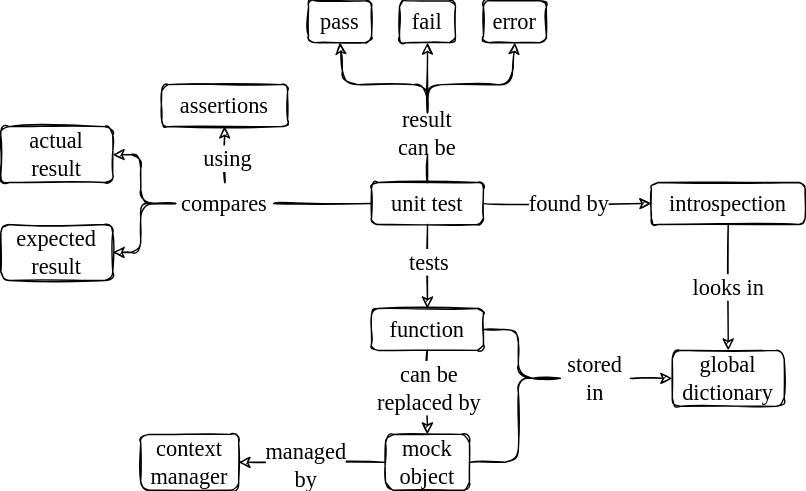
Before: en/src/tester/tester_concept_map.svg, a diagram exported from draw.io (gvwilson/sdxpy). Source tidied: cells renumbered, new cells last; positions are measured from the earlier drawing's top-left corner, leaving out a move shared by most shapes.
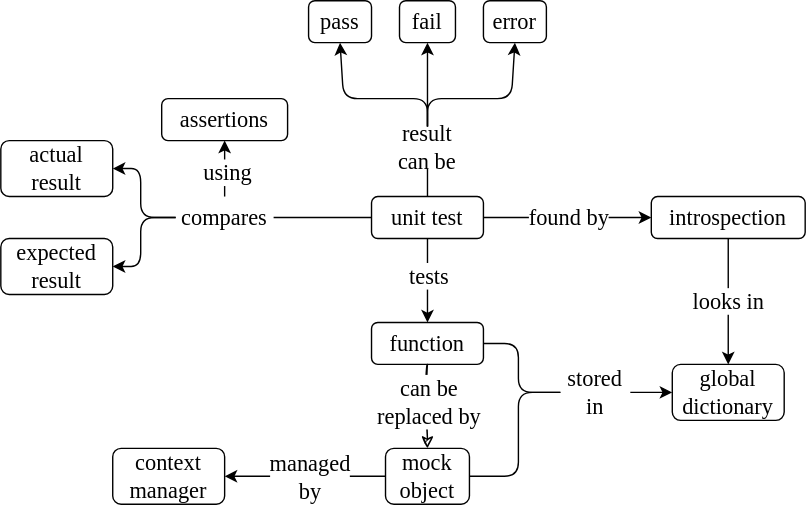
Above is the later version.

Commit message:
Fixing diagrams for tester chapter

Diff of the diagram source:
```diff
@@ -2,37 +2,37 @@
   <root>
     <mxCell id="0" />
     <mxCell id="1" parent="0" />
-    <mxCell id="2" value="&lt;font style=&quot;font-size: 16px;&quot;&gt;unit test&lt;/font&gt;" style="rounded=1;whiteSpace=wrap;html=1;sketch=1;hachureGap=4;fontFamily=Comic Sans MS;fontSize=16;fillColor=none;" parent="1" vertex="1">
+    <mxCell id="2" value="&lt;font style=&quot;font-size: 16px;&quot;&gt;unit test&lt;/font&gt;" style="rounded=1;whiteSpace=wrap;html=1;hachureGap=4;fontFamily=Verdana;fontSize=16;fillColor=none;" parent="1" vertex="1">
       <mxGeometry x="265" y="130" width="80" height="30" as="geometry" />
     </mxCell>
-    <mxCell id="3" value="&lt;font style=&quot;font-size: 16px;&quot;&gt;pass&lt;/font&gt;" style="rounded=1;whiteSpace=wrap;html=1;sketch=1;hachureGap=4;fontFamily=Comic Sans MS;fontSize=16;fillColor=none;" parent="1" vertex="1">
-      <mxGeometry x="220" width="45" height="30" as="geometry" />
+    <mxCell id="3" value="&lt;font style=&quot;font-size: 16px;&quot;&gt;pass&lt;/font&gt;" style="rounded=1;whiteSpace=wrap;html=1;hachureGap=4;fontFamily=Verdana;fontSize=16;fillColor=none;" parent="1" vertex="1">
+      <mxGeometry x="220" y="-10" width="45" height="30" as="geometry" />
     </mxCell>
-    <mxCell id="4" value="&lt;font style=&quot;font-size: 16px;&quot;&gt;fail&lt;/font&gt;" style="rounded=1;whiteSpace=wrap;html=1;sketch=1;hachureGap=4;fontFamily=Comic Sans MS;fontSize=16;fillColor=none;" parent="1" vertex="1">
-      <mxGeometry x="285" width="40" height="30" as="geometry" />
+    <mxCell id="4" value="&lt;font style=&quot;font-size: 16px;&quot;&gt;fail&lt;/font&gt;" style="rounded=1;whiteSpace=wrap;html=1;hachureGap=4;fontFamily=Verdana;fontSize=16;fillColor=none;" parent="1" vertex="1">
+      <mxGeometry x="285" y="-10" width="40" height="30" as="geometry" />
     </mxCell>
-    <mxCell id="5" value="&lt;font style=&quot;font-size: 16px;&quot;&gt;error&lt;/font&gt;" style="rounded=1;whiteSpace=wrap;html=1;sketch=1;hachureGap=4;fontFamily=Comic Sans MS;fontSize=16;fillColor=none;" parent="1" vertex="1">
-      <mxGeometry x="345" width="45" height="30" as="geometry" />
+    <mxCell id="5" value="&lt;font style=&quot;font-size: 16px;&quot;&gt;error&lt;/font&gt;" style="rounded=1;whiteSpace=wrap;html=1;hachureGap=4;fontFamily=Verdana;fontSize=16;fillColor=none;" parent="1" vertex="1">
+      <mxGeometry x="345" y="-10" width="45" height="30" as="geometry" />
     </mxCell>
-    <mxCell id="6" value="&lt;font style=&quot;font-size: 16px; line-height: 1;&quot;&gt;actual&lt;br style=&quot;font-size: 16px;&quot;&gt;result&lt;br style=&quot;font-size: 16px;&quot;&gt;&lt;/font&gt;" style="rounded=1;whiteSpace=wrap;html=1;sketch=1;hachureGap=4;fontFamily=Comic Sans MS;fontSize=16;fillColor=none;" parent="1" vertex="1">
+    <mxCell id="6" value="&lt;font style=&quot;font-size: 16px; line-height: 1;&quot;&gt;actual&lt;br style=&quot;font-size: 16px;&quot;&gt;result&lt;br style=&quot;font-size: 16px;&quot;&gt;&lt;/font&gt;" style="rounded=1;whiteSpace=wrap;html=1;hachureGap=4;fontFamily=Verdana;fontSize=16;fillColor=none;" parent="1" vertex="1">
       <mxGeometry y="90" width="80" height="40" as="geometry" />
     </mxCell>
-    <mxCell id="7" value="&lt;font style=&quot;font-size: 16px; line-height: 1;&quot;&gt;expected&lt;br style=&quot;font-size: 16px;&quot;&gt;result&lt;br style=&quot;font-size: 16px;&quot;&gt;&lt;/font&gt;" style="rounded=1;whiteSpace=wrap;html=1;sketch=1;hachureGap=4;fontFamily=Comic Sans MS;fontSize=16;fillColor=none;" parent="1" vertex="1">
+    <mxCell id="7" value="&lt;font style=&quot;font-size: 16px; line-height: 1;&quot;&gt;expected&lt;br style=&quot;font-size: 16px;&quot;&gt;result&lt;br style=&quot;font-size: 16px;&quot;&gt;&lt;/font&gt;" style="rounded=1;whiteSpace=wrap;html=1;hachureGap=4;fontFamily=Verdana;fontSize=16;fillColor=none;" parent="1" vertex="1">
       <mxGeometry y="160" width="80" height="40" as="geometry" />
     </mxCell>
-    <mxCell id="8" value="&lt;font style=&quot;font-size: 16px; line-height: 1;&quot;&gt;introspection&lt;br style=&quot;font-size: 16px;&quot;&gt;&lt;/font&gt;" style="rounded=1;whiteSpace=wrap;html=1;sketch=1;hachureGap=4;fontFamily=Comic Sans MS;fontSize=16;fillColor=none;" parent="1" vertex="1">
+    <mxCell id="8" value="&lt;font style=&quot;font-size: 16px; line-height: 1;&quot;&gt;introspection&lt;br style=&quot;font-size: 16px;&quot;&gt;&lt;/font&gt;" style="rounded=1;whiteSpace=wrap;html=1;hachureGap=4;fontFamily=Verdana;fontSize=16;fillColor=none;" parent="1" vertex="1">
       <mxGeometry x="465" y="130" width="110" height="30" as="geometry" />
     </mxCell>
-    <mxCell id="9" value="&lt;font style=&quot;font-size: 16px; line-height: 1;&quot;&gt;mock object&lt;br style=&quot;font-size: 16px;&quot;&gt;&lt;/font&gt;" style="rounded=1;whiteSpace=wrap;html=1;sketch=1;hachureGap=4;fontFamily=Comic Sans MS;fontSize=16;fillColor=none;" parent="1" vertex="1">
+    <mxCell id="9" value="&lt;font style=&quot;font-size: 16px; line-height: 1;&quot;&gt;mock object&lt;br style=&quot;font-size: 16px;&quot;&gt;&lt;/font&gt;" style="rounded=1;whiteSpace=wrap;html=1;hachureGap=4;fontFamily=Verdana;fontSize=16;fillColor=none;" parent="1" vertex="1">
       <mxGeometry x="275" y="310" width="60" height="40" as="geometry" />
     </mxCell>
-    <mxCell id="10" value="&lt;font style=&quot;font-size: 16px; line-height: 1;&quot;&gt;context manager&lt;br style=&quot;font-size: 16px;&quot;&gt;&lt;/font&gt;" style="rounded=1;whiteSpace=wrap;html=1;sketch=1;hachureGap=4;fontFamily=Comic Sans MS;fontSize=16;fillColor=none;" parent="1" vertex="1">
-      <mxGeometry x="100" y="310" width="70" height="40" as="geometry" />
+    <mxCell id="10" value="&lt;font style=&quot;font-size: 16px; line-height: 1;&quot;&gt;context manager&lt;br style=&quot;font-size: 16px;&quot;&gt;&lt;/font&gt;" style="rounded=1;whiteSpace=wrap;html=1;hachureGap=4;fontFamily=Verdana;fontSize=16;fillColor=none;" parent="1" vertex="1">
+      <mxGeometry x="80" y="310" width="80" height="40" as="geometry" />
     </mxCell>
-    <mxCell id="11" value="&lt;font style=&quot;font-size: 16px;&quot;&gt;assertions&lt;/font&gt;" style="rounded=1;whiteSpace=wrap;html=1;sketch=1;hachureGap=4;fontFamily=Comic Sans MS;fontSize=16;fillColor=none;" parent="1" vertex="1">
+    <mxCell id="11" value="&lt;font style=&quot;font-size: 16px;&quot;&gt;assertions&lt;/font&gt;" style="rounded=1;whiteSpace=wrap;html=1;hachureGap=4;fontFamily=Verdana;fontSize=16;fillColor=none;" parent="1" vertex="1">
       <mxGeometry x="115" y="60" width="90" height="30" as="geometry" />
     </mxCell>
-    <mxCell id="12" style="endArrow=classic;html=1;rounded=1;sketch=1;hachureGap=4;fontFamily=Comic Sans MS;fontSize=16;sourcePerimeterSpacing=8;targetPerimeterSpacing=8;entryX=0.5;entryY=1;entryDx=0;entryDy=0;exitX=0.5;exitY=0;exitDx=0;exitDy=0;" parent="1" edge="1" source="13" target="3">
+    <mxCell id="12" style="endArrow=classic;html=1;rounded=1;hachureGap=4;fontFamily=Verdana;fontSize=16;sourcePerimeterSpacing=8;targetPerimeterSpacing=8;entryX=0.5;entryY=1;entryDx=0;entryDy=0;exitX=0.5;exitY=0;exitDx=0;exitDy=0;" parent="1" edge="1" source="13" target="3">
       <mxGeometry relative="1" as="geometry">
         <Array as="points">
           <mxPoint x="305" y="60" />
@@ -40,10 +40,10 @@
         </Array>
       </mxGeometry>
     </mxCell>
-    <mxCell id="13" value="result&lt;br style=&quot;font-size: 16px;&quot;&gt;can be" style="text;html=1;strokeColor=none;fillColor=none;align=center;verticalAlign=middle;whiteSpace=wrap;rounded=0;sketch=1;hachureGap=4;fontFamily=Comic Sans MS;fontSize=16;" parent="1" vertex="1">
+    <mxCell id="13" value="result&lt;br style=&quot;font-size: 16px;&quot;&gt;can be" style="text;html=1;strokeColor=none;fillColor=none;align=center;verticalAlign=middle;whiteSpace=wrap;rounded=0;sketch=1;hachureGap=4;fontFamily=Verdana;fontSize=16;" parent="1" vertex="1">
       <mxGeometry x="275" y="80" width="60" height="30" as="geometry" />
     </mxCell>
-    <mxCell id="14" style="endArrow=classic;html=1;rounded=1;sketch=1;hachureGap=4;fontFamily=Comic Sans MS;fontSize=16;sourcePerimeterSpacing=8;targetPerimeterSpacing=8;entryX=0.5;entryY=1;entryDx=0;entryDy=0;exitX=0.5;exitY=0;exitDx=0;exitDy=0;" parent="1" edge="1" source="13" target="5">
+    <mxCell id="14" style="endArrow=classic;html=1;rounded=1;hachureGap=4;fontFamily=Verdana;fontSize=16;sourcePerimeterSpacing=8;targetPerimeterSpacing=8;entryX=0.5;entryY=1;entryDx=0;entryDy=0;exitX=0.5;exitY=0;exitDx=0;exitDy=0;" parent="1" edge="1" source="13" target="5">
       <mxGeometry relative="1" as="geometry">
         <Array as="points">
           <mxPoint x="305" y="60" />
@@ -51,16 +51,13 @@
         </Array>
       </mxGeometry>
     </mxCell>
-    <mxCell id="15" style="endArrow=none;html=1;rounded=0;sketch=1;hachureGap=4;fontFamily=Comic Sans MS;fontSize=16;sourcePerimeterSpacing=8;targetPerimeterSpacing=8;curved=1;entryX=0.5;entryY=1;entryDx=0;entryDy=0;exitX=0.5;exitY=0;exitDx=0;exitDy=0;" parent="1" edge="1" source="2" target="13">
-      <mxGeometry relative="1" as="geometry" />
-    </mxCell>
-    <mxCell id="16" value="compares" style="text;html=1;strokeColor=none;fillColor=none;align=center;verticalAlign=middle;whiteSpace=wrap;rounded=0;sketch=1;hachureGap=4;fontFamily=Comic Sans MS;fontSize=16;" parent="1" vertex="1">
+    <mxCell id="16" value="compares" style="text;html=1;strokeColor=none;fillColor=none;align=center;verticalAlign=middle;whiteSpace=wrap;rounded=0;sketch=1;hachureGap=4;fontFamily=Verdana;fontSize=16;" parent="1" vertex="1">
       <mxGeometry x="125" y="130" width="70" height="30" as="geometry" />
     </mxCell>
-    <mxCell id="17" style="endArrow=none;html=1;rounded=0;sketch=1;hachureGap=4;fontFamily=Comic Sans MS;fontSize=16;sourcePerimeterSpacing=8;targetPerimeterSpacing=8;curved=1;entryX=0;entryY=0.5;entryDx=0;entryDy=0;exitX=1;exitY=0.5;exitDx=0;exitDy=0;" parent="1" edge="1" source="16" target="2">
+    <mxCell id="17" style="endArrow=none;html=1;rounded=0;hachureGap=4;fontFamily=Verdana;fontSize=16;sourcePerimeterSpacing=8;targetPerimeterSpacing=8;curved=1;entryX=0;entryY=0.5;entryDx=0;entryDy=0;exitX=1;exitY=0.5;exitDx=0;exitDy=0;" parent="1" edge="1" source="16" target="2">
       <mxGeometry relative="1" as="geometry" />
     </mxCell>
-    <mxCell id="18" style="endArrow=classic;html=1;rounded=1;sketch=1;hachureGap=4;fontFamily=Comic Sans MS;fontSize=16;sourcePerimeterSpacing=8;targetPerimeterSpacing=8;entryX=1;entryY=0.5;entryDx=0;entryDy=0;exitX=0;exitY=0.5;exitDx=0;exitDy=0;" parent="1" edge="1" source="16" target="6">
+    <mxCell id="18" style="endArrow=classic;html=1;rounded=1;hachureGap=4;fontFamily=Verdana;fontSize=16;sourcePerimeterSpacing=8;targetPerimeterSpacing=8;entryX=1;entryY=0.5;entryDx=0;entryDy=0;exitX=0;exitY=0.5;exitDx=0;exitDy=0;" parent="1" edge="1" source="16" target="6">
       <mxGeometry relative="1" as="geometry">
         <Array as="points">
           <mxPoint x="100" y="145" />
@@ -68,7 +65,7 @@
         </Array>
       </mxGeometry>
     </mxCell>
-    <mxCell id="19" style="endArrow=classic;html=1;rounded=1;sketch=1;hachureGap=4;fontFamily=Comic Sans MS;fontSize=16;sourcePerimeterSpacing=8;targetPerimeterSpacing=8;entryX=1;entryY=0.5;entryDx=0;entryDy=0;exitX=0;exitY=0.5;exitDx=0;exitDy=0;" parent="1" edge="1" source="16" target="7">
+    <mxCell id="19" style="endArrow=classic;html=1;rounded=1;hachureGap=4;fontFamily=Verdana;fontSize=16;sourcePerimeterSpacing=8;targetPerimeterSpacing=8;entryX=1;entryY=0.5;entryDx=0;entryDy=0;exitX=0;exitY=0.5;exitDx=0;exitDy=0;" parent="1" edge="1" source="16" target="7">
       <mxGeometry relative="1" as="geometry">
         <Array as="points">
           <mxPoint x="100" y="145" />
@@ -76,49 +73,51 @@
         </Array>
       </mxGeometry>
     </mxCell>
-    <mxCell id="20" style="endArrow=classic;html=1;rounded=0;sketch=1;hachureGap=4;fontFamily=Comic Sans MS;fontSize=16;sourcePerimeterSpacing=8;targetPerimeterSpacing=8;curved=1;exitX=0.5;exitY=0;exitDx=0;exitDy=0;entryX=0.5;entryY=1;entryDx=0;entryDy=0;" parent="1" edge="1" source="16" target="11">
+    <mxCell id="20" style="endArrow=classic;html=1;rounded=0;hachureGap=4;fontFamily=Verdana;fontSize=16;sourcePerimeterSpacing=8;targetPerimeterSpacing=8;curved=1;exitX=0.5;exitY=0;exitDx=0;exitDy=0;entryX=0.5;entryY=1;entryDx=0;entryDy=0;" parent="1" edge="1" source="16" target="11">
       <mxGeometry relative="1" as="geometry" />
     </mxCell>
-    <mxCell id="21" value="using" style="edgeLabel;html=1;align=center;verticalAlign=middle;fontSize=16;fontFamily=Comic Sans MS;" parent="20" vertex="1">
+    <mxCell id="21" value="using" style="edgeLabel;html=1;align=center;verticalAlign=middle;fontSize=16;fontFamily=Verdana;" parent="20" vertex="1">
       <mxGeometry x="-0.1" y="-1" relative="1" as="geometry" />
     </mxCell>
-    <mxCell id="22" value="&lt;font style=&quot;font-size: 16px;&quot;&gt;function&lt;/font&gt;" style="rounded=1;whiteSpace=wrap;html=1;sketch=1;hachureGap=4;fontFamily=Comic Sans MS;fontSize=16;fillColor=none;" parent="1" vertex="1">
+    <mxCell id="22" value="&lt;font style=&quot;font-size: 16px;&quot;&gt;function&lt;/font&gt;" style="rounded=1;whiteSpace=wrap;html=1;hachureGap=4;fontFamily=Verdana;fontSize=16;fillColor=none;" parent="1" vertex="1">
       <mxGeometry x="265" y="220" width="80" height="30" as="geometry" />
     </mxCell>
-    <mxCell id="23" style="endArrow=classic;html=1;rounded=0;sketch=1;hachureGap=4;fontFamily=Comic Sans MS;fontSize=16;sourcePerimeterSpacing=8;targetPerimeterSpacing=8;curved=1;exitX=0.5;exitY=1;exitDx=0;exitDy=0;entryX=0.5;entryY=0;entryDx=0;entryDy=0;" parent="1" edge="1" source="2" target="22">
+    <mxCell id="23" style="endArrow=classic;html=1;rounded=0;hachureGap=4;fontFamily=Verdana;fontSize=16;sourcePerimeterSpacing=8;targetPerimeterSpacing=8;curved=1;exitX=0.5;exitY=1;exitDx=0;exitDy=0;entryX=0.5;entryY=0;entryDx=0;entryDy=0;" parent="1" edge="1" source="2" target="22">
       <mxGeometry relative="1" as="geometry" />
     </mxCell>
-    <mxCell id="24" value="tests" style="edgeLabel;html=1;align=center;verticalAlign=middle;fontSize=16;fontFamily=Comic Sans MS;" parent="23" vertex="1">
+    <mxCell id="24" value="tests" style="edgeLabel;html=1;align=center;verticalAlign=middle;fontSize=16;fontFamily=Verdana;" parent="23" vertex="1">
       <mxGeometry x="-0.13" relative="1" as="geometry" />
     </mxCell>
-    <mxCell id="25" style="endArrow=classic;html=1;rounded=0;sketch=1;hachureGap=4;fontFamily=Comic Sans MS;fontSize=16;sourcePerimeterSpacing=8;targetPerimeterSpacing=8;curved=1;entryX=0.5;entryY=0;entryDx=0;entryDy=0;exitX=0.5;exitY=1;exitDx=0;exitDy=0;" parent="1" edge="1" source="22" target="9">
+    <mxCell id="25" style="endArrow=classic;html=1;rounded=0;sketch=1;hachureGap=4;fontFamily=Verdana;fontSize=16;sourcePerimeterSpacing=8;targetPerimeterSpacing=8;curved=1;entryX=0.5;entryY=0;entryDx=0;entryDy=0;exitX=0.5;exitY=1;exitDx=0;exitDy=0;" parent="1" edge="1" source="22" target="9">
       <mxGeometry relative="1" as="geometry" />
     </mxCell>
-    <mxCell id="26" value="can be&lt;br style=&quot;font-size: 16px;&quot;&gt;replaced by" style="edgeLabel;html=1;align=center;verticalAlign=middle;fontSize=16;fontFamily=Comic Sans MS;" parent="25" vertex="1">
+    <mxCell id="26" value="can be&lt;br style=&quot;font-size: 16px;&quot;&gt;replaced by" style="edgeLabel;html=1;align=center;verticalAlign=middle;fontSize=16;fontFamily=Verdana;" parent="25" vertex="1">
       <mxGeometry x="-0.15" relative="1" as="geometry" />
     </mxCell>
-    <mxCell id="27" style="endArrow=classic;html=1;rounded=0;sketch=1;hachureGap=4;fontFamily=Comic Sans MS;fontSize=16;sourcePerimeterSpacing=8;targetPerimeterSpacing=8;curved=1;entryX=0;entryY=0.5;entryDx=0;entryDy=0;exitX=1;exitY=0.5;exitDx=0;exitDy=0;" parent="1" edge="1" source="2" target="8">
+    <mxCell id="27" style="endArrow=classic;html=1;rounded=0;hachureGap=4;fontFamily=Verdana;fontSize=16;sourcePerimeterSpacing=8;targetPerimeterSpacing=8;curved=1;entryX=0;entryY=0.5;entryDx=0;entryDy=0;exitX=1;exitY=0.5;exitDx=0;exitDy=0;" parent="1" edge="1" source="2" target="8">
       <mxGeometry relative="1" as="geometry" />
     </mxCell>
-    <mxCell id="28" value="found by" style="edgeLabel;html=1;align=center;verticalAlign=middle;fontSize=16;fontFamily=Comic Sans MS;" parent="27" vertex="1">
+    <mxCell id="28" value="found by" style="edgeLabel;html=1;align=center;verticalAlign=middle;fontSize=16;fontFamily=Verdana;" parent="27" vertex="1">
       <mxGeometry y="1" relative="1" as="geometry" />
     </mxCell>
-    <mxCell id="29" style="endArrow=classic;html=1;rounded=1;sketch=1;hachureGap=4;fontFamily=Comic Sans MS;fontSize=16;sourcePerimeterSpacing=8;targetPerimeterSpacing=8;entryX=1;entryY=0.5;entryDx=0;entryDy=0;exitX=0;exitY=0.5;exitDx=0;exitDy=0;" parent="1" edge="1" source="9" target="10">
+    <mxCell id="29" style="endArrow=classic;html=1;rounded=1;hachureGap=4;fontFamily=Verdana;fontSize=16;sourcePerimeterSpacing=8;targetPerimeterSpacing=8;entryX=1;entryY=0.5;entryDx=0;entryDy=0;exitX=0;exitY=0.5;exitDx=0;exitDy=0;" parent="1" edge="1" source="9" target="10">
       <mxGeometry relative="1" as="geometry" />
     </mxCell>
-    <mxCell id="30" value="managed&lt;br style=&quot;font-size: 16px;&quot;&gt;by" style="edgeLabel;html=1;align=center;verticalAlign=middle;fontSize=16;fontFamily=Comic Sans MS;spacingLeft=2;spacingRight=2;" parent="29" vertex="1">
-      <mxGeometry x="0.1" y="1" relative="1" as="geometry" />
+    <mxCell id="30" value="managed&lt;br style=&quot;font-size: 16px;&quot;&gt;by" style="edgeLabel;html=1;align=center;verticalAlign=middle;fontSize=16;fontFamily=Verdana;spacingLeft=2;spacingRight=2;" parent="29" vertex="1">
+      <mxGeometry x="0.1" y="1" relative="1" as="geometry">
+        <mxPoint x="9" y="-1" as="offset" />
+      </mxGeometry>
     </mxCell>
-    <mxCell id="31" value="&lt;font style=&quot;font-size: 16px;&quot;&gt;global dictionary&lt;/font&gt;" style="rounded=1;whiteSpace=wrap;html=1;sketch=1;hachureGap=4;fontFamily=Comic Sans MS;fontSize=16;fillColor=none;" parent="1" vertex="1">
+    <mxCell id="31" value="&lt;font style=&quot;font-size: 16px;&quot;&gt;global dictionary&lt;/font&gt;" style="rounded=1;whiteSpace=wrap;html=1;hachureGap=4;fontFamily=Verdana;fontSize=16;fillColor=none;" parent="1" vertex="1">
       <mxGeometry x="480" y="250" width="80" height="40" as="geometry" />
     </mxCell>
-    <mxCell id="32" value="looks in" style="endArrow=classic;html=1;rounded=1;sketch=1;hachureGap=4;fontFamily=Comic Sans MS;fontSize=16;sourcePerimeterSpacing=8;targetPerimeterSpacing=8;entryX=0.5;entryY=0;entryDx=0;entryDy=0;exitX=0.5;exitY=1;exitDx=0;exitDy=0;" parent="1" edge="1" source="8" target="31">
+    <mxCell id="32" value="looks in" style="endArrow=classic;html=1;rounded=1;hachureGap=4;fontFamily=Verdana;fontSize=16;sourcePerimeterSpacing=8;targetPerimeterSpacing=8;entryX=0.5;entryY=0;entryDx=0;entryDy=0;exitX=0.5;exitY=1;exitDx=0;exitDy=0;" parent="1" edge="1" source="8" target="31">
       <mxGeometry relative="1" as="geometry" />
     </mxCell>
-    <mxCell id="33" value="stored in" style="text;html=1;strokeColor=none;fillColor=none;align=center;verticalAlign=middle;whiteSpace=wrap;rounded=0;sketch=1;hachureGap=4;fontFamily=Comic Sans MS;fontSize=16;" parent="1" vertex="1">
+    <mxCell id="33" value="stored in" style="text;html=1;strokeColor=none;fillColor=none;align=center;verticalAlign=middle;whiteSpace=wrap;rounded=0;hachureGap=4;fontFamily=Verdana;fontSize=16;" parent="1" vertex="1">
       <mxGeometry x="400" y="255" width="50" height="30" as="geometry" />
     </mxCell>
-    <mxCell id="34" style="endArrow=none;html=1;rounded=1;sketch=1;hachureGap=4;fontFamily=Comic Sans MS;fontSize=16;sourcePerimeterSpacing=8;targetPerimeterSpacing=8;entryX=0;entryY=0.5;entryDx=0;entryDy=0;exitX=1;exitY=0.5;exitDx=0;exitDy=0;" parent="1" edge="1" source="22" target="33">
+    <mxCell id="34" style="endArrow=none;html=1;rounded=1;hachureGap=4;fontFamily=Verdana;fontSize=16;sourcePerimeterSpacing=8;targetPerimeterSpacing=8;entryX=0;entryY=0.5;entryDx=0;entryDy=0;exitX=1;exitY=0.5;exitDx=0;exitDy=0;" parent="1" edge="1" source="22" target="33">
       <mxGeometry relative="1" as="geometry">
         <Array as="points">
           <mxPoint x="370" y="235" />
@@ -126,7 +125,7 @@
         </Array>
       </mxGeometry>
     </mxCell>
-    <mxCell id="35" style="endArrow=none;html=1;rounded=1;sketch=1;hachureGap=4;fontFamily=Comic Sans MS;fontSize=16;sourcePerimeterSpacing=8;targetPerimeterSpacing=8;entryX=0;entryY=0.5;entryDx=0;entryDy=0;exitX=1;exitY=0.5;exitDx=0;exitDy=0;" parent="1" edge="1" source="9" target="33">
+    <mxCell id="35" style="endArrow=none;html=1;rounded=1;hachureGap=4;fontFamily=Verdana;fontSize=16;sourcePerimeterSpacing=8;targetPerimeterSpacing=8;entryX=0;entryY=0.5;entryDx=0;entryDy=0;exitX=1;exitY=0.5;exitDx=0;exitDy=0;" parent="1" edge="1" source="9" target="33">
       <mxGeometry relative="1" as="geometry">
         <Array as="points">
           <mxPoint x="370" y="330" />
@@ -134,11 +133,14 @@
         </Array>
       </mxGeometry>
     </mxCell>
-    <mxCell id="36" style="endArrow=classic;html=1;rounded=1;sketch=1;hachureGap=4;fontFamily=Comic Sans MS;fontSize=16;sourcePerimeterSpacing=8;targetPerimeterSpacing=8;entryX=0;entryY=0.5;entryDx=0;entryDy=0;exitX=1;exitY=0.5;exitDx=0;exitDy=0;" parent="1" edge="1" source="33" target="31">
+    <mxCell id="36" style="endArrow=classic;html=1;rounded=1;hachureGap=4;fontFamily=Verdana;fontSize=16;sourcePerimeterSpacing=8;targetPerimeterSpacing=8;entryX=0;entryY=0.5;entryDx=0;entryDy=0;exitX=1;exitY=0.5;exitDx=0;exitDy=0;" parent="1" edge="1" source="33" target="31">
       <mxGeometry relative="1" as="geometry" />
     </mxCell>
-    <mxCell id="37" style="endArrow=classic;html=1;rounded=1;sketch=1;hachureGap=4;fontFamily=Comic Sans MS;fontSize=16;sourcePerimeterSpacing=8;targetPerimeterSpacing=8;entryX=0.5;entryY=1;entryDx=0;entryDy=0;exitX=0.5;exitY=0;exitDx=0;exitDy=0;" parent="1" edge="1" source="13" target="4">
+    <mxCell id="37" style="endArrow=classic;html=1;rounded=1;hachureGap=4;fontFamily=Verdana;fontSize=16;sourcePerimeterSpacing=8;targetPerimeterSpacing=8;entryX=0.5;entryY=1;entryDx=0;entryDy=0;exitX=0.5;exitY=0;exitDx=0;exitDy=0;" parent="1" edge="1" source="13" target="4">
       <mxGeometry relative="1" as="geometry" />
     </mxCell>
+    <mxCell id="15" style="endArrow=none;html=1;rounded=0;exitX=0.5;exitY=0;exitDx=0;exitDy=0;entryX=0.5;entryY=1;entryDx=0;entryDy=0;" parent="1" edge="1" source="2" target="13">
+      <mxGeometry relative="1" as="geometry" />
+    </mxCell>
   </root>
 </mxGraphModel>
```
